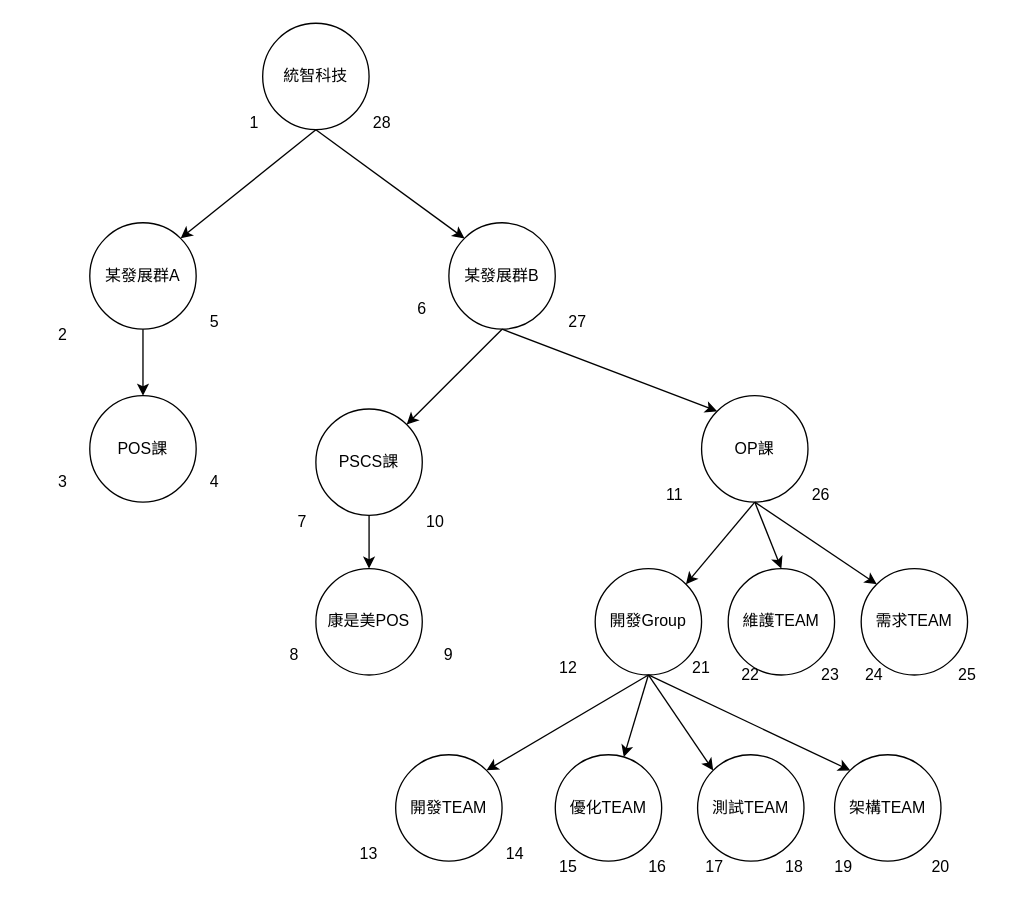
Before: node-rel.drawio in chenHungTzu/neo4j-sample, a draw.io diagram. Source tidied: cells renumbered, new cells numbered last; positions are measured from the earlier drawing's top-left corner, leaving out a move shared by most shapes. Both pictures are drawn from the tidied source at 133%, with x=0, y=0 at pixel (23, 23).
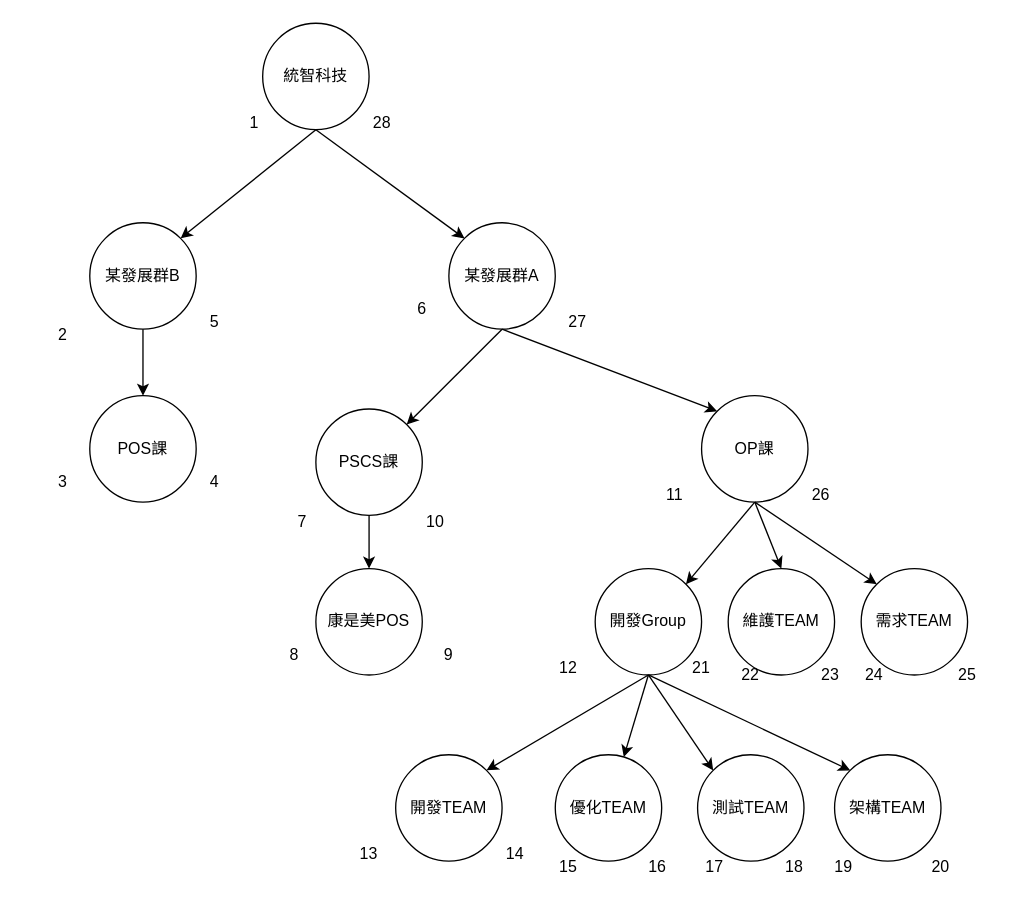
The same diagram, later.

Diff of the diagram source:
```diff
@@
-    <mxCell id="3" value="某發展群A" style="ellipse;whiteSpace=wrap;html=1;" parent="1" vertex="1">
+    <mxCell id="3" value="某發展群B" style="ellipse;whiteSpace=wrap;html=1;" parent="1" vertex="1">
       <mxGeometry x="50" y="150" width="80" height="80" as="geometry" />
     </mxCell>
-    <mxCell id="4" value="某發展群B" style="ellipse;whiteSpace=wrap;html=1;" parent="1" vertex="1">
+    <mxCell id="4" value="某發展群A" style="ellipse;whiteSpace=wrap;html=1;" parent="1" vertex="1">
       <mxGeometry x="320" y="150" width="80" height="80" as="geometry" />
     </mxCell>
```
